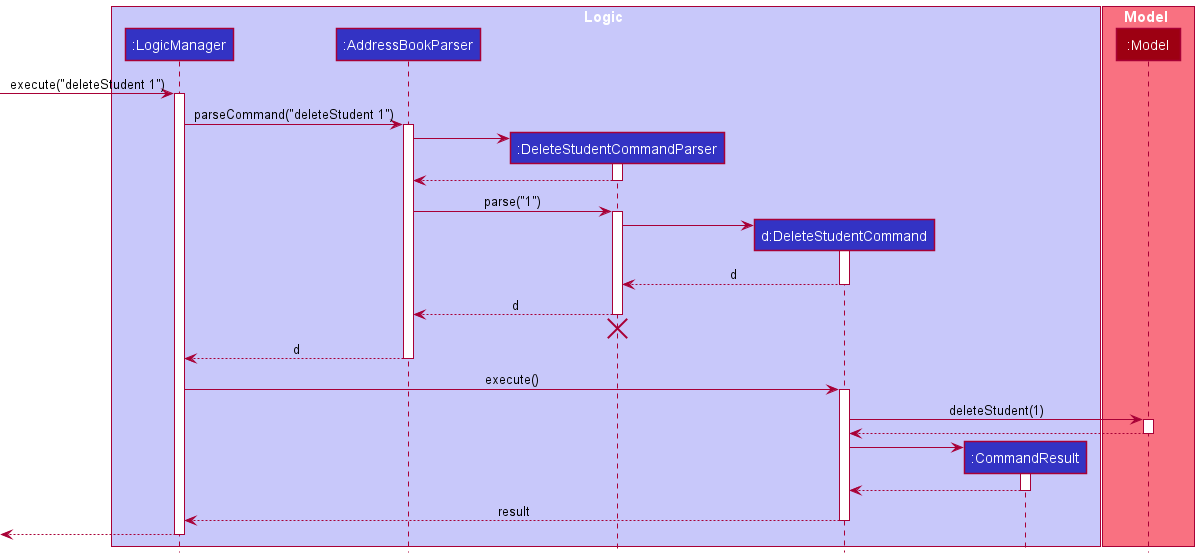
Before: docs/images/DeleteSequenceDiagram.png, a diagram exported from PlantUML (random689/tp). Source of this version:
```plantuml
@startuml
!include style.puml

box Logic LOGIC_COLOR_T1
participant ":LogicManager" as LogicManager LOGIC_COLOR
participant ":AddressBookParser" as AddressBookParser LOGIC_COLOR
participant ":DeleteStudentCommandParser" as DeleteStudentCommandParser LOGIC_COLOR
participant "d:DeleteStudentCommand" as DeleteStudentCommand LOGIC_COLOR
participant ":CommandResult" as CommandResult LOGIC_COLOR
end box

box Model MODEL_COLOR_T1
participant ":Model" as Model MODEL_COLOR
end box

[-> LogicManager : execute("deleteStudent 1")
activate LogicManager

LogicManager -> AddressBookParser : parseCommand("deleteStudent 1")
activate AddressBookParser

create DeleteStudentCommandParser
AddressBookParser -> DeleteStudentCommandParser
activate DeleteStudentCommandParser

DeleteStudentCommandParser --> AddressBookParser
deactivate DeleteStudentCommandParser

AddressBookParser -> DeleteStudentCommandParser : parse("1")
activate DeleteStudentCommandParser

create DeleteStudentCommand
DeleteStudentCommandParser -> DeleteStudentCommand
activate DeleteStudentCommand

DeleteStudentCommand --> DeleteStudentCommandParser : d
deactivate DeleteStudentCommand

DeleteStudentCommandParser --> AddressBookParser : d
deactivate DeleteStudentCommandParser
DeleteStudentCommandParser -[hidden]-> AddressBookParser
destroy DeleteStudentCommandParser

AddressBookParser --> LogicManager : d
deactivate AddressBookParser

LogicManager -> DeleteStudentCommand : execute()
activate DeleteStudentCommand

DeleteStudentCommand -> Model : deleteStudent(1)
activate Model

Model --> DeleteStudentCommand
deactivate Model

create CommandResult
DeleteStudentCommand -> CommandResult
activate CommandResult

CommandResult --> DeleteStudentCommand
deactivate CommandResult

DeleteStudentCommand --> LogicManager : result
deactivate DeleteStudentCommand

[<--LogicManager
deactivate LogicManager
@enduml
```
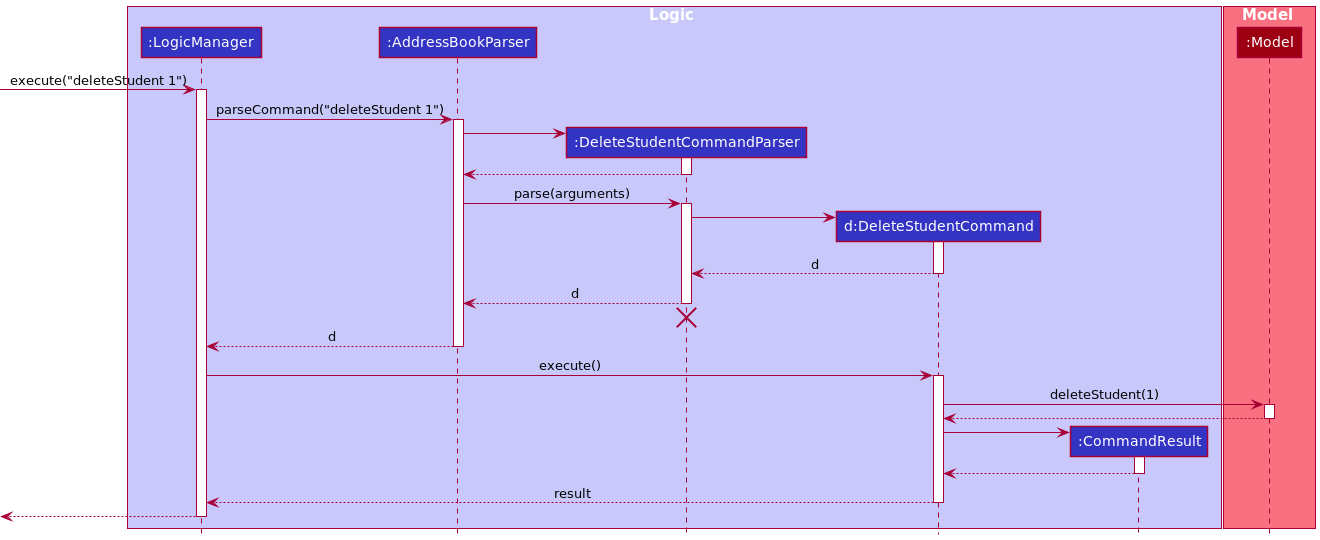
Later version of the same file.

Commit message:
Made sequence diagrams more consistent

Change to the diagram source:
```diff
@@ -26,7 +26,7 @@
 DeleteStudentCommandParser --> AddressBookParser
 deactivate DeleteStudentCommandParser
 
-AddressBookParser -> DeleteStudentCommandParser : parse("1")
+AddressBookParser -> DeleteStudentCommandParser : parse(arguments)
 activate DeleteStudentCommandParser
 
 create DeleteStudentCommand
```
